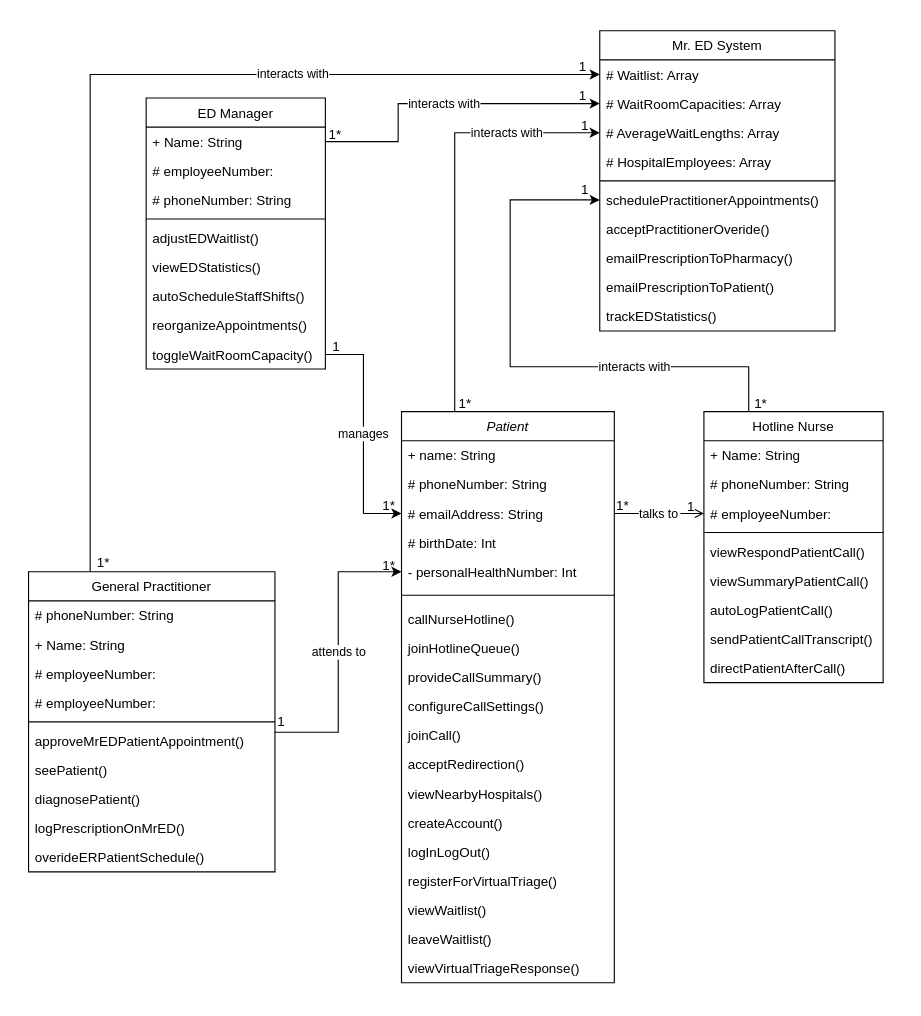
Above: AmirWork/M2_ClassDiagram.drawio in SENG-350-2024-fall/Team9 (draw.io), before the change. Source tidied: cells renumbered, new cells numbered last; positions are measured from the earlier drawing's top-left corner, leaving out a move shared by most shapes. Both pictures are drawn from the tidied source at 112%, with x=0, y=0 at pixel (19, 19).
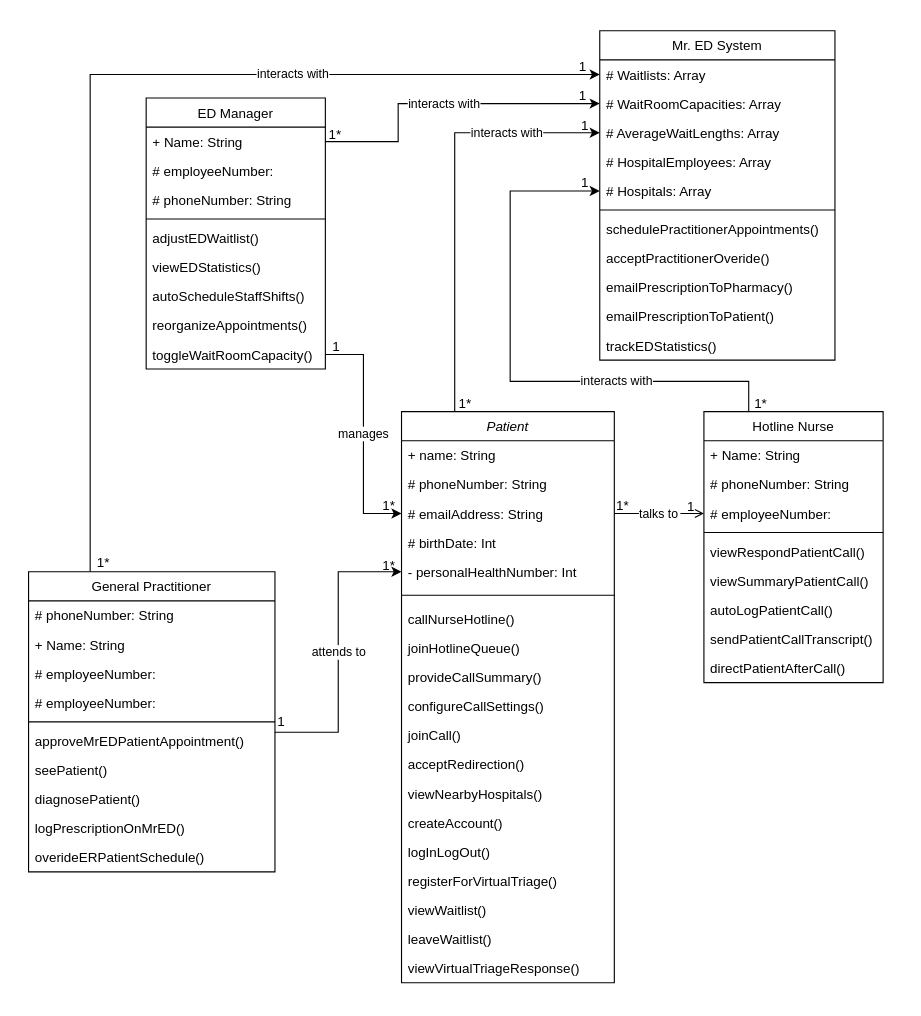
The same page after the edit.

Unchanged cells that the change refers to:
```xml
<mxCell id="37" value="Hotline Nurse" style="swimlane;fontStyle=0;align=center;verticalAlign=top;horizontal=1;startSize=26;rounded=0;shadow=0;strokeWidth=1;" parent="1" vertex="1">
  <mxGeometry x="611" y="350" width="160" height="242" as="geometry" />
</mxCell>
```

The edit, as a diff of the source:
```diff
@@
-    <mxCell id="36" value="interacts with" style="edgeStyle=orthogonalEdgeStyle;rounded=0;jettySize=auto;html=1;exitX=0.25;exitY=0;exitDx=0;exitDy=0;entryX=0;entryY=0.5;entryDx=0;entryDy=0;" parent="1" edge="1" source="37" target="65">
+    <mxCell id="36" value="interacts with" style="edgeStyle=orthogonalEdgeStyle;rounded=0;jettySize=auto;html=1;exitX=0.25;exitY=0;exitDx=0;exitDy=0;entryX=0;entryY=0.5;entryDx=0;entryDy=0;" parent="1" edge="1" source="37" target="87">
       <mxGeometry x="-0.41" relative="1" as="geometry">
         <Array as="points">
-          <mxPoint x="651" y="310" />
-          <mxPoint x="438" y="310" />
-          <mxPoint x="438" y="161" />
+          <mxPoint x="651" y="323" />
+          <mxPoint x="438" y="323" />
+          <mxPoint x="438" y="153" />
         </Array>
       </mxGeometry>
     </mxCell>
@@
     <mxCell id="59" value="Mr. ED System" style="swimlane;fontStyle=0;align=center;verticalAlign=top;horizontal=1;startSize=26;rounded=0;shadow=0;strokeWidth=1;" parent="1" vertex="1">
-      <mxGeometry x="518" y="10" width="210" height="268" as="geometry" />
+      <mxGeometry x="518" y="10" width="210" height="294" as="geometry" />
     </mxCell>
-    <mxCell id="60" value="# Waitlist: Array " style="text;align=left;verticalAlign=top;spacingLeft=4;spacingRight=4;overflow=hidden;points=[[0,0.5],[1,0.5]];portConstraint=eastwest;rounded=0;shadow=0;html=0;" parent="59" vertex="1">
+    <mxCell id="60" value="# Waitlists: Array " style="text;align=left;verticalAlign=top;spacingLeft=4;spacingRight=4;overflow=hidden;points=[[0,0.5],[1,0.5]];portConstraint=eastwest;rounded=0;shadow=0;html=0;" parent="59" vertex="1">
       <mxGeometry y="26" width="210" height="26" as="geometry" />
     </mxCell>
@@
+    <mxCell id="87" value="# Hospitals: Array " style="text;align=left;verticalAlign=top;spacingLeft=4;spacingRight=4;overflow=hidden;points=[[0,0.5],[1,0.5]];portConstraint=eastwest;rounded=0;shadow=0;html=0;" parent="59" vertex="1">
+      <mxGeometry y="130" width="210" height="26" as="geometry" />
+    </mxCell>
     <mxCell id="64" style="line;html=1;strokeWidth=1;align=left;verticalAlign=middle;spacingTop=-1;spacingLeft=3;spacingRight=3;labelPosition=right;" parent="59" vertex="1">
-      <mxGeometry y="130" width="210" height="8" as="geometry" />
+      <mxGeometry y="156" width="210" height="8" as="geometry" />
     </mxCell>
     <mxCell id="65" value="schedulePractitionerAppointments()" style="text;align=left;verticalAlign=top;spacingLeft=4;spacingRight=4;overflow=hidden;points=[[0,0.5],[1,0.5]];portConstraint=eastwest;" parent="59" vertex="1">
-      <mxGeometry y="138" width="210" height="26" as="geometry" />
+      <mxGeometry y="164" width="210" height="26" as="geometry" />
     </mxCell>
     <mxCell id="66" value="acceptPractitionerOveride()" style="text;align=left;verticalAlign=top;spacingLeft=4;spacingRight=4;overflow=hidden;" parent="59" vertex="1">
-      <mxGeometry y="164" width="210" height="26" as="geometry" />
+      <mxGeometry y="190" width="210" height="26" as="geometry" />
     </mxCell>
     <mxCell id="67" value="emailPrescriptionToPharmacy()" style="text;align=left;verticalAlign=top;spacingLeft=4;spacingRight=4;overflow=hidden;" parent="59" vertex="1">
-      <mxGeometry y="190" width="210" height="26" as="geometry" />
+      <mxGeometry y="216" width="210" height="26" as="geometry" />
     </mxCell>
     <mxCell id="68" value="emailPrescriptionToPatient()" style="text;align=left;verticalAlign=top;spacingLeft=4;spacingRight=4;overflow=hidden;" parent="59" vertex="1">
-      <mxGeometry y="216" width="210" height="26" as="geometry" />
+      <mxGeometry y="242" width="210" height="26" as="geometry" />
     </mxCell>
     <mxCell id="69" value="trackEDStatistics()&#10;" style="text;align=left;verticalAlign=top;spacingLeft=4;spacingRight=4;overflow=hidden;" parent="59" vertex="1">
-      <mxGeometry y="242" width="210" height="26" as="geometry" />
+      <mxGeometry y="268" width="210" height="26" as="geometry" />
     </mxCell>
@@
     <mxCell id="77" value="1" style="text;strokeColor=none;align=center;fillColor=none;html=1;verticalAlign=middle;whiteSpace=wrap;rounded=0;" parent="1" vertex="1">
-      <mxGeometry x="475" y="137" width="60" height="30" as="geometry" />
+      <mxGeometry x="475" y="131" width="60" height="30" as="geometry" />
     </mxCell>
```
